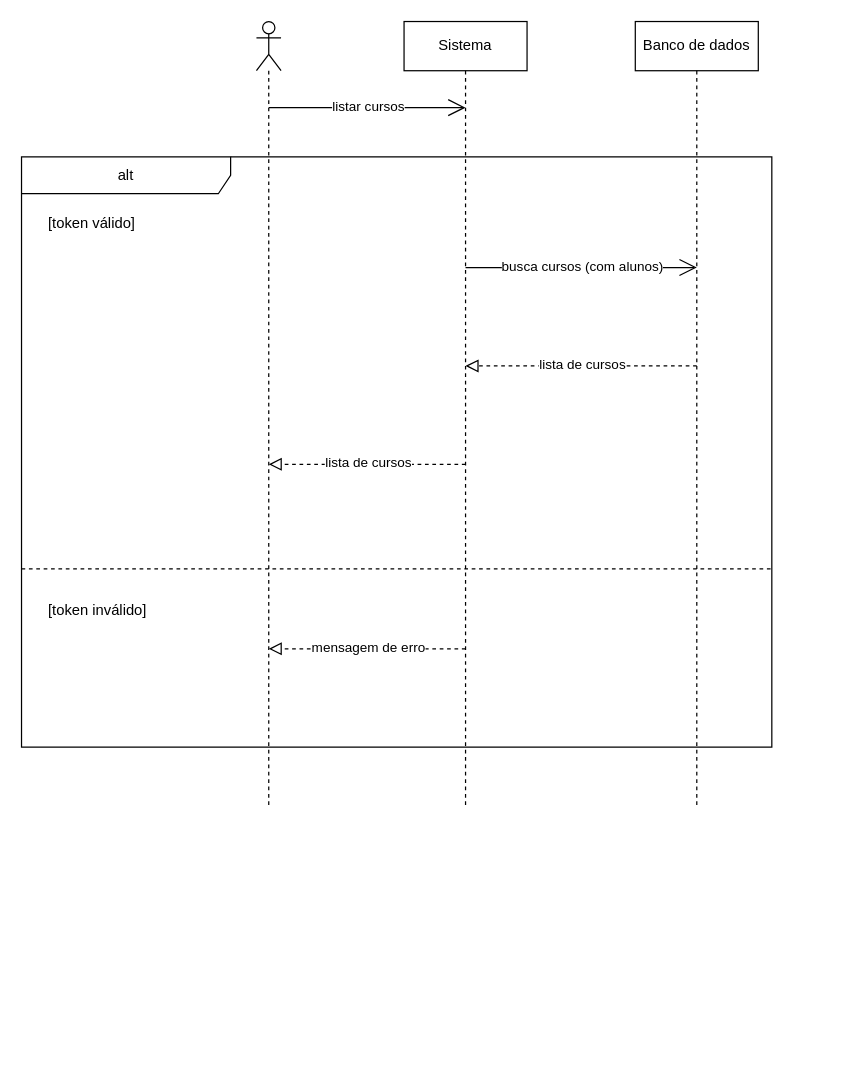
Before: page "Listar cursos" (6 of 7) of diagramas/sequencias.drawio in Marco-Veio/sistema-de-gestao-escolar-modelagem, a draw.io diagram. Source tidied: cells renumbered, new cells numbered last; positions are measured from the earlier drawing's top-left corner, leaving out a move shared by most shapes. Both pictures are drawn from the tidied source at 123%, with x=0, y=0 at pixel (21, 21).
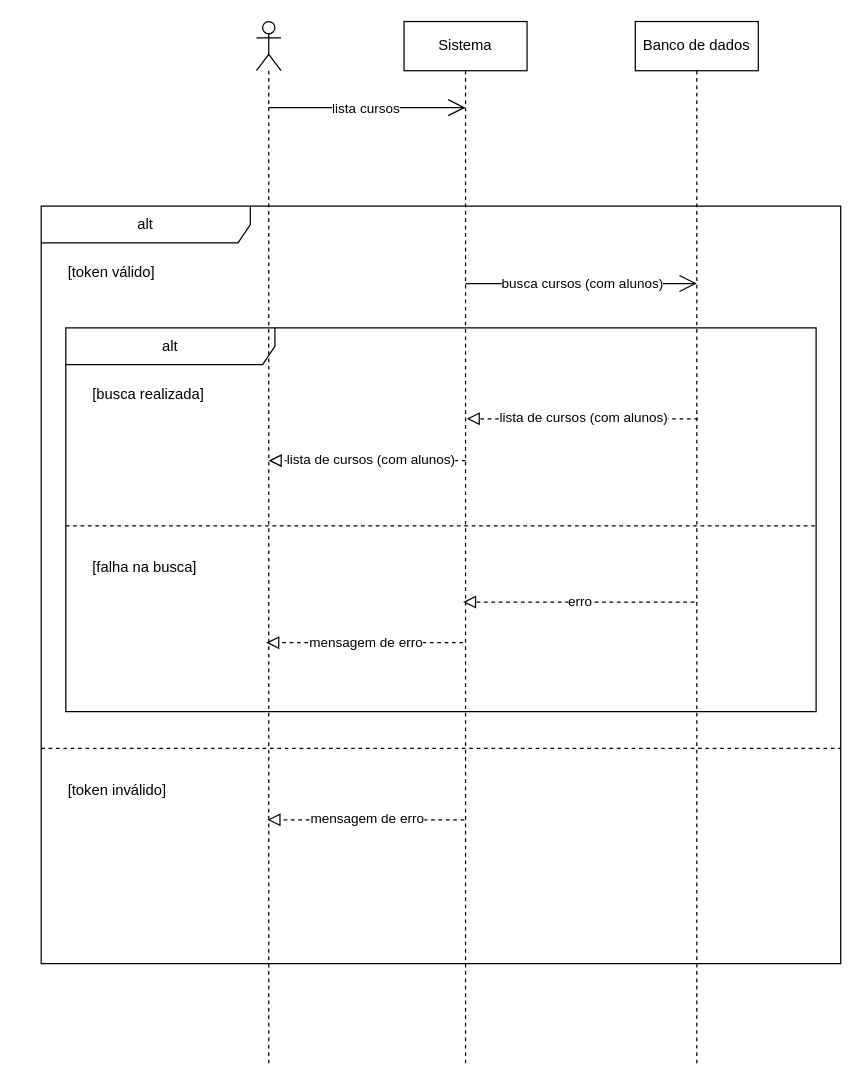
After the change.

The edit, as a diff of the source:
```diff
@@
-    <mxCell id="2" style="shape=umlLifeline;perimeter=lifelinePerimeter;whiteSpace=wrap;html=1;newEdgeStyle={&quot;curved&quot;:0,&quot;rounded&quot;:0};participant=umlActor;" parent="1" vertex="1">
-      <mxGeometry x="191" width="20" height="640" as="geometry" />
-    </mxCell>
+    <mxCell id="18" style="endArrow=open;endFill=1;endSize=12;html=1;" parent="1" edge="1">
+      <mxGeometry relative="1" as="geometry">
+        <mxPoint x="201" y="70" as="sourcePoint" />
+        <mxPoint x="361" y="70" as="targetPoint" />
+      </mxGeometry>
+    </mxCell>
+    <mxCell id="19" value="lista cursos" style="edgeLabel;html=1;align=center;verticalAlign=middle;" parent="18" vertex="1">
+      <mxGeometry relative="1" as="geometry">
+        <mxPoint x="-2" as="offset" />
+      </mxGeometry>
+    </mxCell>
+    <mxCell id="20" value="alt" style="shape=umlFrame;whiteSpace=wrap;html=1;width=170;" parent="1" vertex="1">
+      <mxGeometry x="16" y="150" width="650" height="616" as="geometry" />
+    </mxCell>
+    <mxCell id="21" style="endArrow=open;endFill=1;endSize=12;html=1;" parent="20" edge="1">
+      <mxGeometry relative="1" as="geometry">
+        <mxPoint x="345" y="63" as="sourcePoint" />
+        <mxPoint x="533" y="63" as="targetPoint" />
+      </mxGeometry>
+    </mxCell>
+    <mxCell id="10" value="busca cursos (com alunos)" style="edgeLabel;html=1;align=center;verticalAlign=middle;" parent="21" vertex="1">
+      <mxGeometry relative="1" as="geometry">
+        <mxPoint y="-1" as="offset" />
+      </mxGeometry>
+    </mxCell>
+    <mxCell id="22" value="alt" style="shape=umlFrame;whiteSpace=wrap;html=1;width=170;" parent="20" vertex="1">
+      <mxGeometry x="20" y="99" width="610" height="312" as="geometry" />
+    </mxCell>
+    <mxCell id="23" value="[falha na busca]" style="line;strokeWidth=1;dashed=1;labelPosition=center;verticalLabelPosition=bottom;align=left;verticalAlign=top;spacingLeft=20;spacingTop=15;html=1;whiteSpace=wrap;" parent="22" vertex="1">
+      <mxGeometry y="156" width="610" height="10" as="geometry" />
+    </mxCell>
+    <mxCell id="24" style="endArrow=block;startArrow=none;endFill=0;startFill=0;endSize=8;html=1;verticalAlign=bottom;dashed=1;labelBackgroundColor=none;" parent="22" edge="1">
+      <mxGeometry relative="1" as="geometry">
+        <mxPoint x="511" y="223" as="sourcePoint" />
+        <mxPoint x="323" y="223" as="targetPoint" />
+      </mxGeometry>
+    </mxCell>
+    <mxCell id="25" value="erro" style="edgeLabel;html=1;align=center;verticalAlign=middle;" parent="24" vertex="1">
+      <mxGeometry relative="1" as="geometry">
+        <mxPoint y="-1" as="offset" />
+      </mxGeometry>
+    </mxCell>
+    <mxCell id="26" style="endArrow=block;startArrow=none;endFill=0;startFill=0;endSize=8;html=1;verticalAlign=bottom;dashed=1;labelBackgroundColor=none;" parent="22" edge="1">
+      <mxGeometry relative="1" as="geometry">
+        <mxPoint x="323" y="256" as="sourcePoint" />
+        <mxPoint x="163" y="256" as="targetPoint" />
+      </mxGeometry>
+    </mxCell>
+    <mxCell id="27" value="mensagem de erro" style="edgeLabel;html=1;align=center;verticalAlign=middle;" parent="26" vertex="1">
+      <mxGeometry relative="1" as="geometry">
+        <mxPoint y="-1" as="offset" />
+      </mxGeometry>
+    </mxCell>
+    <mxCell id="28" value="[busca realizada]" style="text;html=1;" parent="22" vertex="1">
+      <mxGeometry width="240" height="20" relative="1" as="geometry">
+        <mxPoint x="20" y="40" as="offset" />
+      </mxGeometry>
+    </mxCell>
+    <mxCell id="15" value="[token inválido]" style="line;strokeWidth=1;dashed=1;labelPosition=center;verticalLabelPosition=bottom;align=left;verticalAlign=top;spacingLeft=20;spacingTop=15;html=1;whiteSpace=wrap;" parent="20" vertex="1">
+      <mxGeometry y="436" width="650" height="10" as="geometry" />
+    </mxCell>
+    <mxCell id="29" style="endArrow=block;startArrow=none;endFill=0;startFill=0;endSize=8;html=1;verticalAlign=bottom;dashed=1;labelBackgroundColor=none;" parent="20" edge="1">
+      <mxGeometry relative="1" as="geometry">
+        <mxPoint x="344" y="499" as="sourcePoint" />
+        <mxPoint x="184" y="499" as="targetPoint" />
+      </mxGeometry>
+    </mxCell>
+    <mxCell id="30" value="mensagem de erro" style="edgeLabel;html=1;align=center;verticalAlign=middle;" parent="29" vertex="1">
+      <mxGeometry relative="1" as="geometry">
+        <mxPoint y="-2" as="offset" />
+      </mxGeometry>
+    </mxCell>
+    <mxCell id="8" value="[token válido]" style="text;html=1;" parent="20" vertex="1">
+      <mxGeometry width="240" height="20" relative="1" as="geometry">
+        <mxPoint x="20" y="40" as="offset" />
+      </mxGeometry>
+    </mxCell>
+    <mxCell id="31" style="shape=umlLifeline;perimeter=lifelinePerimeter;whiteSpace=wrap;html=1;newEdgeStyle={&quot;curved&quot;:0,&quot;rounded&quot;:0};participant=umlActor;" parent="1" vertex="1">
+      <mxGeometry x="191" width="20" height="850" as="geometry" />
+    </mxCell>
     <mxCell id="3" value="Sistema" style="shape=umlLifeline;perimeter=lifelinePerimeter;whiteSpace=wrap;html=1;newEdgeStyle={&quot;curved&quot;:0,&quot;rounded&quot;:0};" parent="1" vertex="1">
-      <mxGeometry x="311" width="100" height="640" as="geometry" />
+      <mxGeometry x="311" width="100" height="850" as="geometry" />
     </mxCell>
     <mxCell id="4" value="Banco de dados" style="shape=umlLifeline;perimeter=lifelinePerimeter;whiteSpace=wrap;html=1;newEdgeStyle={&quot;curved&quot;:0,&quot;rounded&quot;:0};" parent="1" vertex="1">
-      <mxGeometry x="499" width="100" height="640" as="geometry" />
+      <mxGeometry x="499" width="100" height="850" as="geometry" />
     </mxCell>
-    <mxCell id="5" style="endArrow=open;endFill=1;endSize=12;html=1;" parent="1" edge="1">
-      <mxGeometry relative="1" as="geometry">
-        <mxPoint x="201" y="70" as="sourcePoint" />
-        <mxPoint x="361" y="70" as="targetPoint" />
-      </mxGeometry>
-    </mxCell>
-    <mxCell id="6" value="listar cursos" style="edgeLabel;html=1;align=center;verticalAlign=middle;" parent="5" vertex="1">
-      <mxGeometry relative="1" as="geometry">
-        <mxPoint y="-2" as="offset" />
-      </mxGeometry>
-    </mxCell>
-    <mxCell id="7" value="alt" style="shape=umlFrame;whiteSpace=wrap;html=1;width=170;" parent="1" vertex="1">
-      <mxGeometry y="110" width="610" height="480" as="geometry" />
-    </mxCell>
-    <mxCell id="8" value="[token válido]" style="text;html=1;" parent="7" vertex="1">
-      <mxGeometry width="160" height="20" relative="1" as="geometry">
-        <mxPoint x="20" y="40" as="offset" />
-      </mxGeometry>
-    </mxCell>
-    <mxCell id="9" style="endArrow=open;endFill=1;endSize=12;html=1;" parent="7" edge="1">
-      <mxGeometry relative="1" as="geometry">
-        <mxPoint x="361" y="90" as="sourcePoint" />
-        <mxPoint x="549" y="90" as="targetPoint" />
-      </mxGeometry>
-    </mxCell>
-    <mxCell id="10" value="busca cursos (com alunos)" style="edgeLabel;html=1;align=center;verticalAlign=middle;" parent="9" vertex="1">
-      <mxGeometry relative="1" as="geometry">
-        <mxPoint y="-2" as="offset" />
-      </mxGeometry>
-    </mxCell>
-    <mxCell id="11" style="endArrow=block;startArrow=none;endFill=0;startFill=0;endSize=8;html=1;verticalAlign=bottom;dashed=1;labelBackgroundColor=none;" parent="7" edge="1">
-      <mxGeometry relative="1" as="geometry">
-        <mxPoint x="549" y="170" as="sourcePoint" />
-        <mxPoint x="361" y="170" as="targetPoint" />
-      </mxGeometry>
-    </mxCell>
-    <mxCell id="12" value="lista de cursos" style="edgeLabel;html=1;align=center;verticalAlign=middle;" parent="11" vertex="1">
-      <mxGeometry relative="1" as="geometry">
-        <mxPoint y="-2" as="offset" />
-      </mxGeometry>
-    </mxCell>
-    <mxCell id="13" style="endArrow=block;startArrow=none;endFill=0;startFill=0;endSize=8;html=1;verticalAlign=bottom;dashed=1;labelBackgroundColor=none;" parent="7" edge="1">
-      <mxGeometry relative="1" as="geometry">
-        <mxPoint x="361" y="250" as="sourcePoint" />
-        <mxPoint x="201" y="250" as="targetPoint" />
-      </mxGeometry>
-    </mxCell>
-    <mxCell id="14" value="lista de cursos" style="edgeLabel;html=1;align=center;verticalAlign=middle;" parent="13" vertex="1">
-      <mxGeometry relative="1" as="geometry">
-        <mxPoint y="-2" as="offset" />
-      </mxGeometry>
-    </mxCell>
-    <mxCell id="15" value="[token inválido]" style="line;strokeWidth=1;dashed=1;labelPosition=center;verticalLabelPosition=bottom;align=left;verticalAlign=top;spacingLeft=20;spacingTop=15;html=1;whiteSpace=wrap;" parent="7" vertex="1">
-      <mxGeometry y="330" width="610" height="10" as="geometry" />
-    </mxCell>
-    <mxCell id="16" style="endArrow=block;startArrow=none;endFill=0;startFill=0;endSize=8;html=1;verticalAlign=bottom;dashed=1;labelBackgroundColor=none;" parent="7" edge="1">
-      <mxGeometry relative="1" as="geometry">
-        <mxPoint x="361" y="400" as="sourcePoint" />
-        <mxPoint x="201" y="400" as="targetPoint" />
-      </mxGeometry>
-    </mxCell>
-    <mxCell id="17" value="mensagem de erro" style="edgeLabel;html=1;align=center;verticalAlign=middle;" parent="16" vertex="1">
-      <mxGeometry relative="1" as="geometry">
-        <mxPoint y="-2" as="offset" />
-      </mxGeometry>
-    </mxCell>
+    <mxCell id="32" style="endArrow=block;startArrow=none;endFill=0;startFill=0;endSize=8;html=1;verticalAlign=bottom;dashed=1;labelBackgroundColor=none;" parent="1" edge="1">
+      <mxGeometry relative="1" as="geometry">
+        <mxPoint x="550" y="323" as="sourcePoint" />
+        <mxPoint x="362" y="323" as="targetPoint" />
+      </mxGeometry>
+    </mxCell>
+    <mxCell id="33" value="lista de cursos (com alunos)" style="edgeLabel;html=1;align=center;verticalAlign=middle;" parent="32" vertex="1">
+      <mxGeometry relative="1" as="geometry">
+        <mxPoint y="-2" as="offset" />
+      </mxGeometry>
+    </mxCell>
+    <mxCell id="34" style="endArrow=block;startArrow=none;endFill=0;startFill=0;endSize=8;html=1;verticalAlign=bottom;dashed=1;labelBackgroundColor=none;" parent="1" edge="1">
+      <mxGeometry relative="1" as="geometry">
+        <mxPoint x="361" y="357" as="sourcePoint" />
+        <mxPoint x="201" y="357" as="targetPoint" />
+      </mxGeometry>
+    </mxCell>
+    <mxCell id="35" value="lista de cursos (com alunos)" style="edgeLabel;html=1;align=center;verticalAlign=middle;" parent="34" vertex="1">
+      <mxGeometry relative="1" as="geometry">
+        <mxPoint x="2" y="-2" as="offset" />
+      </mxGeometry>
+    </mxCell>
```
